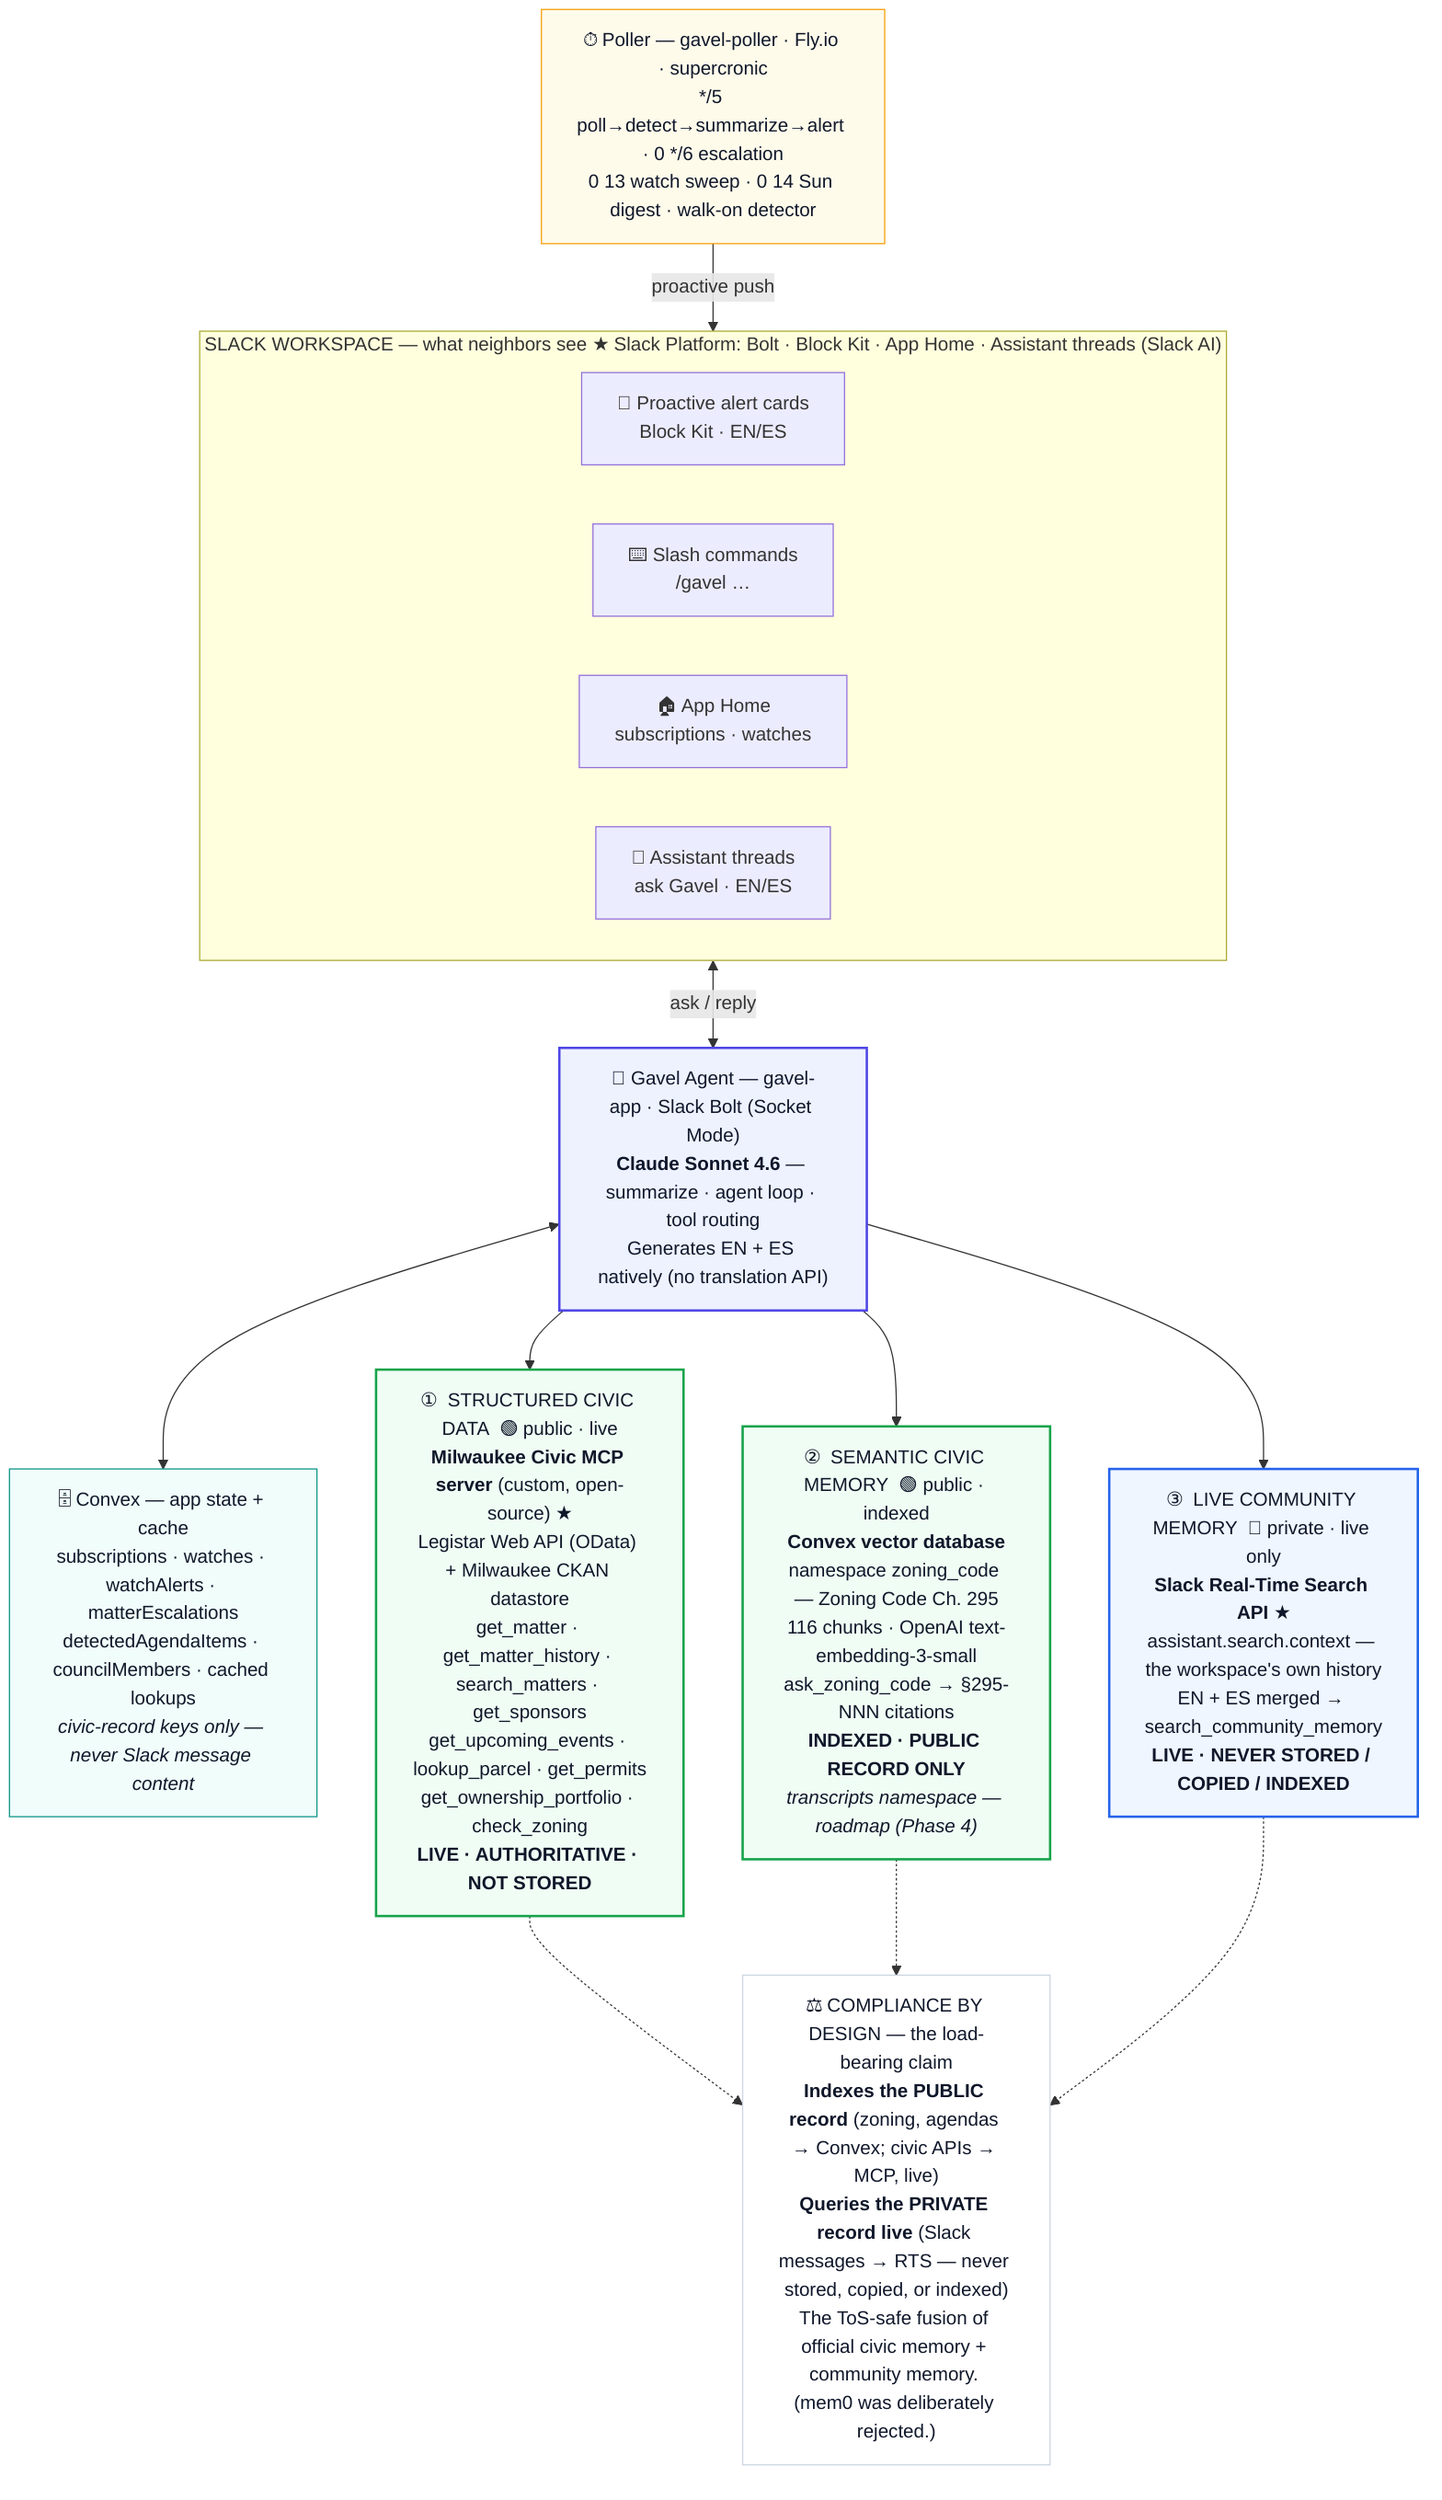
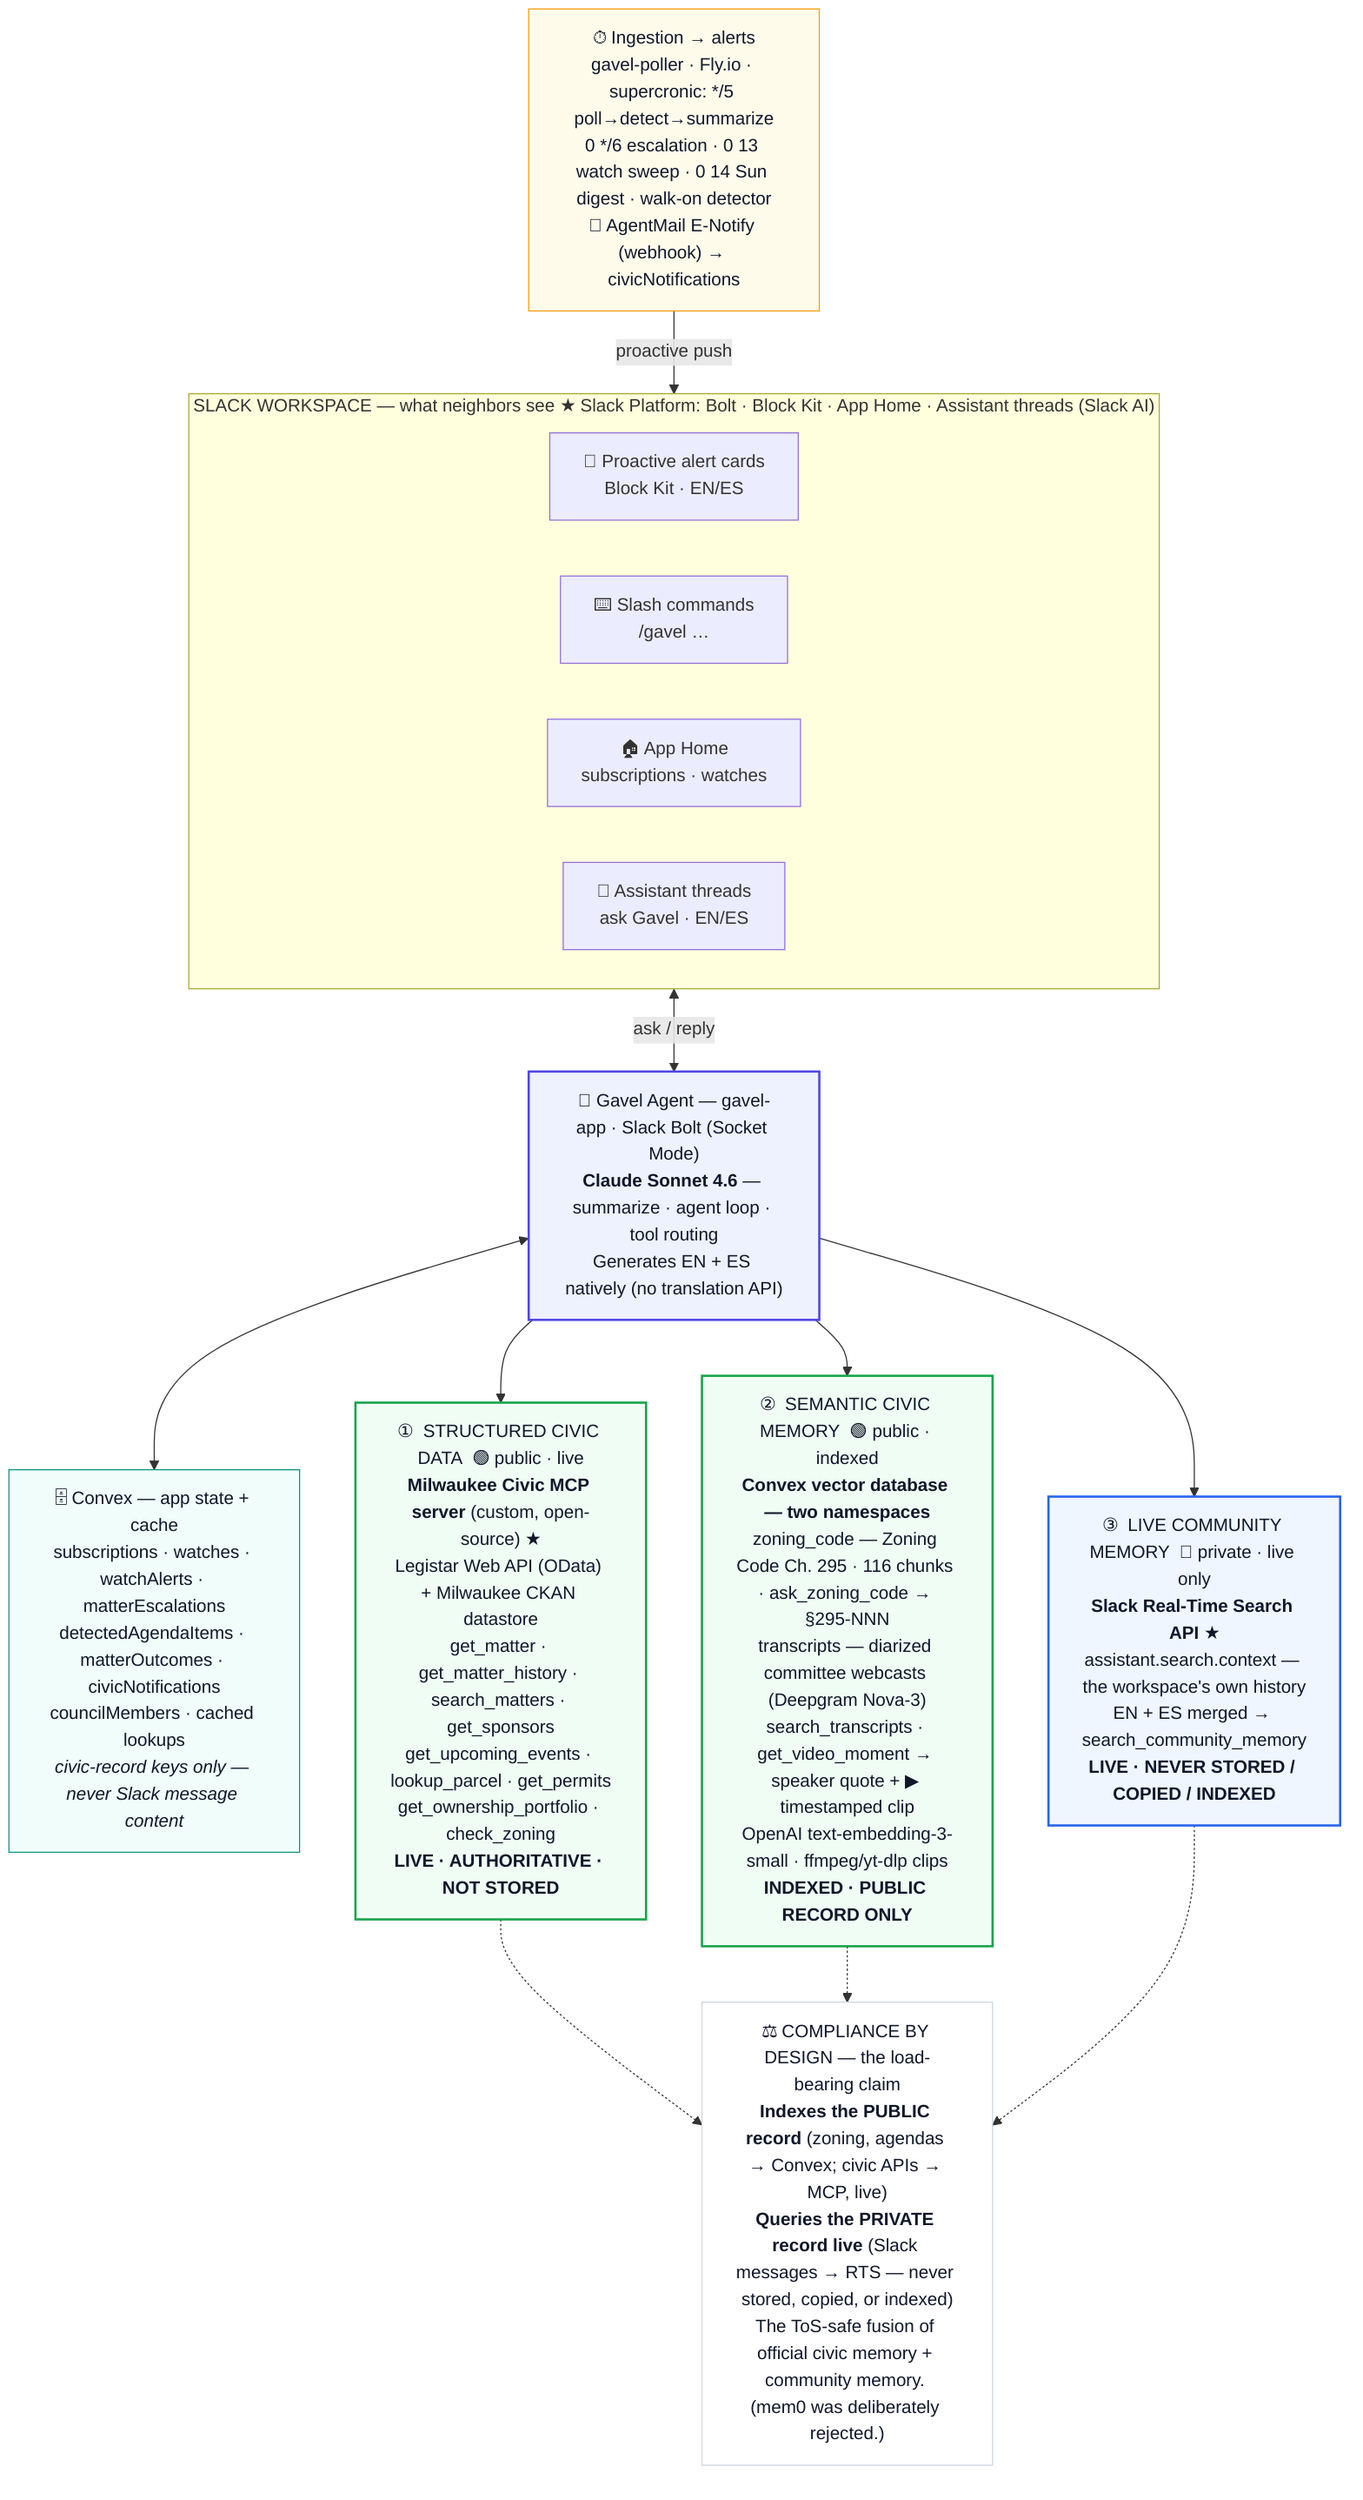
%% Gavel — Three-Memory Architecture (Mermaid source for Devpost markdown / quick edits).
%% The SVG (three-memory-architecture.svg) is the polished export; this is the editable
%% structural twin. Grounded in the actually-built system — no aspirational boxes.
flowchart TB
  subgraph SLACK["SLACK WORKSPACE — what neighbors see  ★ Slack Platform: Bolt · Block Kit · App Home · Assistant threads (Slack AI)"]
    direction LR
    S1["📣 Proactive alert cards<br/>Block Kit · EN/ES"]
    S2["⌨️ Slash commands<br/>/gavel …"]
    S3["🏠 App Home<br/>subscriptions · watches"]
    S4["💬 Assistant threads<br/>ask Gavel · EN/ES"]
  end

-   POLLER["⏱ Poller — gavel-poller · Fly.io · supercronic<br/>*/5 poll→detect→summarize→alert · 0 */6 escalation<br/>0 13 watch sweep · 0 14 Sun digest · walk-on detector"]
+   POLLER["⏱ Ingestion → alerts<br/>gavel-poller · Fly.io · supercronic: */5 poll→detect→summarize<br/>0 */6 escalation · 0 13 watch sweep · 0 14 Sun digest · walk-on detector<br/>📨 AgentMail E-Notify (webhook) → civicNotifications"]

  AGENT["🧠 Gavel Agent — gavel-app · Slack Bolt (Socket Mode)<br/><b>Claude Sonnet 4.6</b> — summarize · agent loop · tool routing<br/>Generates EN + ES natively (no translation API)"]

-   STATE["🗄 Convex — app state + cache<br/>subscriptions · watches · watchAlerts · matterEscalations<br/>detectedAgendaItems · councilMembers · cached lookups<br/><i>civic-record keys only — never Slack message content</i>"]
+   STATE["🗄 Convex — app state + cache<br/>subscriptions · watches · watchAlerts · matterEscalations<br/>detectedAgendaItems · matterOutcomes · civicNotifications<br/>councilMembers · cached lookups<br/><i>civic-record keys only — never Slack message content</i>"]

  M1["①  STRUCTURED CIVIC DATA  🟢 public · live<br/><b>Milwaukee Civic MCP server</b> (custom, open-source) ★<br/>Legistar Web API (OData) + Milwaukee CKAN datastore<br/>get_matter · get_matter_history · search_matters · get_sponsors<br/>get_upcoming_events · lookup_parcel · get_permits<br/>get_ownership_portfolio · check_zoning<br/><b>LIVE · AUTHORITATIVE · NOT STORED</b>"]

-   M2["②  SEMANTIC CIVIC MEMORY  🟢 public · indexed<br/><b>Convex vector database</b><br/>namespace zoning_code — Zoning Code Ch. 295<br/>116 chunks · OpenAI text-embedding-3-small<br/>ask_zoning_code → §295-NNN citations<br/><b>INDEXED · PUBLIC RECORD ONLY</b><br/><i>transcripts namespace — roadmap (Phase 4)</i>"]
+   M2["②  SEMANTIC CIVIC MEMORY  🟢 public · indexed<br/><b>Convex vector database — two namespaces</b><br/>zoning_code — Zoning Code Ch. 295 · 116 chunks · ask_zoning_code → §295-NNN<br/>transcripts — diarized committee webcasts (Deepgram Nova-3)<br/>search_transcripts · get_video_moment → speaker quote + ▶ timestamped clip<br/>OpenAI text-embedding-3-small · ffmpeg/yt-dlp clips<br/><b>INDEXED · PUBLIC RECORD ONLY</b>"]

  M3["③  LIVE COMMUNITY MEMORY  🔵 private · live only<br/><b>Slack Real-Time Search API</b> ★<br/>assistant.search.context — the workspace's own history<br/>EN + ES merged → search_community_memory<br/><b>LIVE · NEVER STORED / COPIED / INDEXED</b>"]

  COMPLIANCE["⚖️ COMPLIANCE BY DESIGN — the load-bearing claim<br/><b>Indexes the PUBLIC record</b> (zoning, agendas → Convex; civic APIs → MCP, live)<br/><b>Queries the PRIVATE record live</b> (Slack messages → RTS — never stored, copied, or indexed)<br/>The ToS-safe fusion of official civic memory + community memory. (mem0 was deliberately rejected.)"]

  POLLER -->|proactive push| SLACK
  SLACK <-->|ask / reply| AGENT
  AGENT <--> STATE
  AGENT --> M1
  AGENT --> M2
  AGENT --> M3
  M1 -.-> COMPLIANCE
  M2 -.-> COMPLIANCE
  M3 -.-> COMPLIANCE

  classDef public fill:#f0fdf4,stroke:#16a34a,stroke-width:2px,color:#0f172a;
  classDef private fill:#eff6ff,stroke:#2563eb,stroke-width:2px,color:#0f172a;
  classDef agent fill:#eef2ff,stroke:#4f46e5,stroke-width:2px,color:#0f172a;
  classDef poller fill:#fffbeb,stroke:#f59e0b,color:#0f172a;
  classDef state fill:#f0fdfa,stroke:#0d9488,color:#0f172a;
  classDef comply fill:#ffffff,stroke:#cbd5e1,color:#0f172a;
  class M1,M2 public;
  class M3 private;
  class AGENT agent;
  class POLLER poller;
  class STATE state;
  class COMPLIANCE comply;
